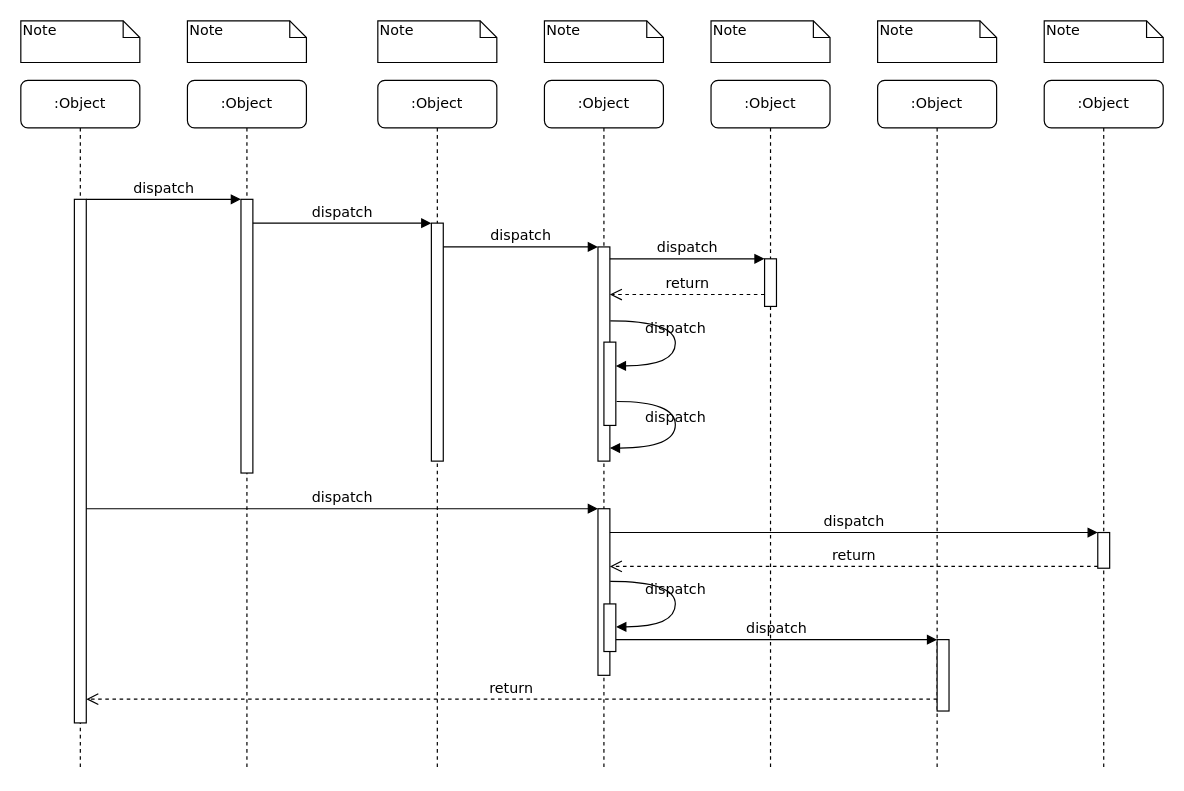
doshkor/Git_Github_exercise keeps this draw.io diagram as Git_ Exercise/제목 없는 다이어그램.drawio. Above is the earlier version. Source tidied: cells renumbered, new cells numbered last; positions are measured from the earlier drawing's top-left corner, leaving out a move shared by most shapes. Both pictures are drawn from the tidied source at 119%, with x=0, y=0 at pixel (20, 20).
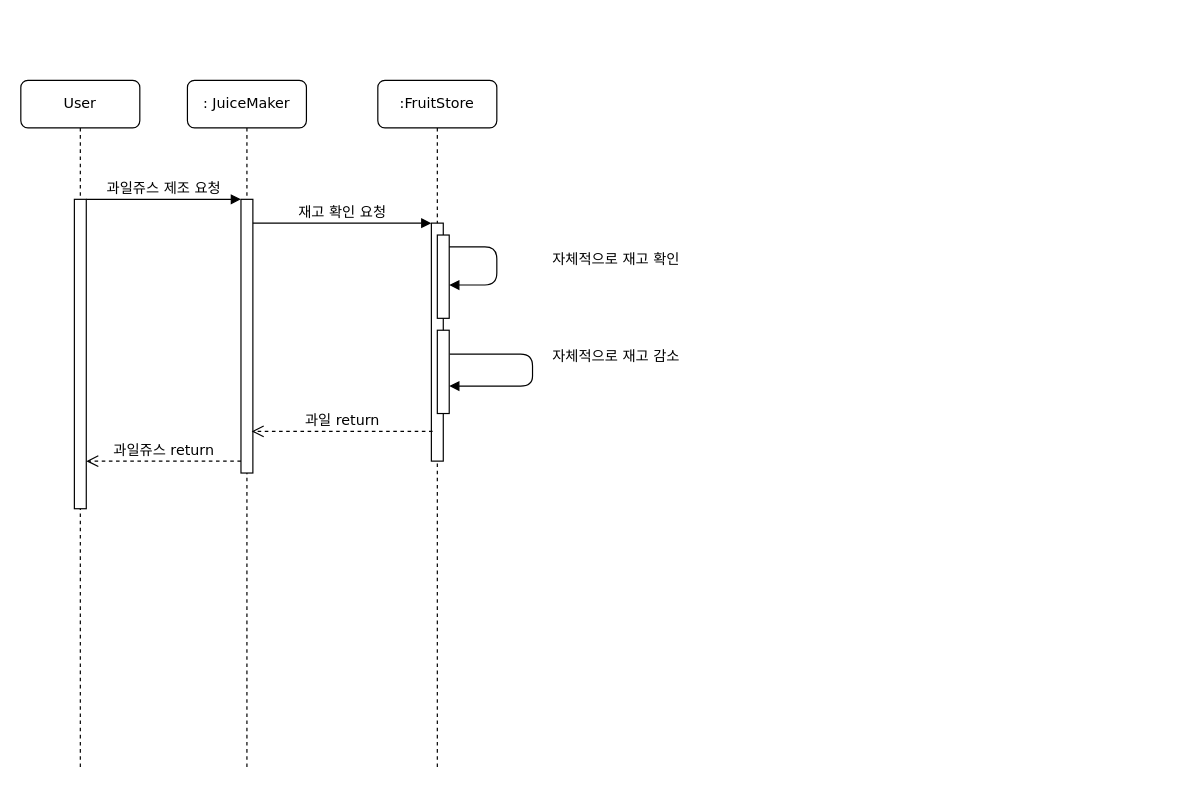
Above is the later version.

Commit message:
제목 없는 다이어그램.drawio 업데이트

Unchanged cells that the change refers to:
```xml
<mxCell id="3" style="html=1;points=[];perimeter=orthogonalPerimeter;rounded=0;shadow=0;comic=0;labelBackgroundColor=none;strokeWidth=1;fontFamily=Verdana;fontSize=12;align=center;" parent="2" vertex="1">
  <mxGeometry x="45" y="100" width="10" height="230" as="geometry" />
</mxCell>
<mxCell id="5" style="html=1;points=[];perimeter=orthogonalPerimeter;rounded=0;shadow=0;comic=0;labelBackgroundColor=none;strokeWidth=1;fontFamily=Verdana;fontSize=12;align=center;" parent="4" vertex="1">
  <mxGeometry x="45" y="120" width="10" height="200" as="geometry" />
</mxCell>
```

Change to the diagram source:
```diff
@@
-    <mxCell id="2" value=":Object" style="shape=umlLifeline;perimeter=lifelinePerimeter;whiteSpace=wrap;html=1;rounded=1;shadow=0;comic=0;labelBackgroundColor=none;strokeWidth=1;fontFamily=Verdana;fontSize=12;align=center;" parent="1" vertex="1">
+    <mxCell id="2" value=": JuiceMaker" style="shape=umlLifeline;perimeter=lifelinePerimeter;whiteSpace=wrap;html=1;rounded=1;shadow=0;comic=0;labelBackgroundColor=none;strokeWidth=1;fontFamily=Verdana;fontSize=12;align=center;" parent="1" vertex="1">
       <mxGeometry x="140" y="50" width="100" height="580" as="geometry" />
     </mxCell>
@@
-    <mxCell id="4" value=":Object" style="shape=umlLifeline;perimeter=lifelinePerimeter;whiteSpace=wrap;html=1;rounded=1;shadow=0;comic=0;labelBackgroundColor=none;strokeWidth=1;fontFamily=Verdana;fontSize=12;align=center;" parent="1" vertex="1">
+    <mxCell id="4" value=":FruitStore" style="shape=umlLifeline;perimeter=lifelinePerimeter;whiteSpace=wrap;html=1;rounded=1;shadow=0;comic=0;labelBackgroundColor=none;strokeWidth=1;fontFamily=Verdana;fontSize=12;align=center;" parent="1" vertex="1">
       <mxGeometry x="300" y="50" width="100" height="580" as="geometry" />
     </mxCell>
@@
-    <mxCell id="6" value=":Object" style="shape=umlLifeline;perimeter=lifelinePerimeter;whiteSpace=wrap;html=1;rounded=1;shadow=0;comic=0;labelBackgroundColor=none;strokeWidth=1;fontFamily=Verdana;fontSize=12;align=center;" parent="1" vertex="1">
-      <mxGeometry x="440" y="50" width="100" height="580" as="geometry" />
-    </mxCell>
-    <mxCell id="7" value=":Object" style="shape=umlLifeline;perimeter=lifelinePerimeter;whiteSpace=wrap;html=1;rounded=1;shadow=0;comic=0;labelBackgroundColor=none;strokeWidth=1;fontFamily=Verdana;fontSize=12;align=center;" parent="1" vertex="1">
-      <mxGeometry x="580" y="50" width="100" height="580" as="geometry" />
-    </mxCell>
-    <mxCell id="8" value=":Object" style="shape=umlLifeline;perimeter=lifelinePerimeter;whiteSpace=wrap;html=1;rounded=1;shadow=0;comic=0;labelBackgroundColor=none;strokeWidth=1;fontFamily=Verdana;fontSize=12;align=center;" parent="1" vertex="1">
-      <mxGeometry x="720" y="50" width="100" height="580" as="geometry" />
-    </mxCell>
-    <mxCell id="9" value=":Object" style="shape=umlLifeline;perimeter=lifelinePerimeter;whiteSpace=wrap;html=1;rounded=1;shadow=0;comic=0;labelBackgroundColor=none;strokeWidth=1;fontFamily=Verdana;fontSize=12;align=center;" parent="1" vertex="1">
-      <mxGeometry x="860" y="50" width="100" height="580" as="geometry" />
-    </mxCell>
+    <mxCell id="39" style="html=1;points=[];perimeter=orthogonalPerimeter;rounded=0;shadow=0;comic=0;labelBackgroundColor=none;strokeWidth=1;fontFamily=Verdana;fontSize=12;align=center;" parent="4" vertex="1">
+      <mxGeometry x="50" y="130" width="10" height="70" as="geometry" />
+    </mxCell>
+    <mxCell id="13" value="자체적으로 재고 확인" style="html=1;verticalAlign=bottom;endArrow=block;labelBackgroundColor=none;fontFamily=Verdana;fontSize=12;edgeStyle=elbowEdgeStyle;elbow=vertical;entryX=1;entryY=0.6;entryDx=0;entryDy=0;entryPerimeter=0;" parent="4" edge="1" source="39" target="39">
+      <mxGeometry x="0.07" y="100" relative="1" as="geometry">
+        <Array as="points">
+          <mxPoint x="100" y="140" />
+          <mxPoint x="60" y="140" />
+        </Array>
+      </mxGeometry>
+    </mxCell>
+    <mxCell id="40" style="html=1;points=[];perimeter=orthogonalPerimeter;rounded=0;shadow=0;comic=0;labelBackgroundColor=none;strokeWidth=1;fontFamily=Verdana;fontSize=12;align=center;" parent="4" vertex="1">
+      <mxGeometry x="50" y="210" width="10" height="70" as="geometry" />
+    </mxCell>
+    <mxCell id="41" value="자체적으로 재고 감소" style="html=1;verticalAlign=bottom;endArrow=block;labelBackgroundColor=none;fontFamily=Verdana;fontSize=12;edgeStyle=elbowEdgeStyle;elbow=vertical;entryX=1;entryY=0.671;entryDx=0;entryDy=0;entryPerimeter=0;exitX=1.05;exitY=0.286;exitDx=0;exitDy=0;exitPerimeter=0;" parent="4" edge="1" source="40" target="40">
+      <mxGeometry x="-0.04" y="70" relative="1" as="geometry">
+        <Array as="points">
+          <mxPoint x="130" y="250" />
+          <mxPoint x="70" y="150" />
+        </Array>
+      </mxGeometry>
+    </mxCell>
-    <mxCell id="10" value=":Object" style="shape=umlLifeline;perimeter=lifelinePerimeter;whiteSpace=wrap;html=1;rounded=1;shadow=0;comic=0;labelBackgroundColor=none;strokeWidth=1;fontFamily=Verdana;fontSize=12;align=center;" parent="1" vertex="1">
+    <mxCell id="10" value="User" style="shape=umlLifeline;perimeter=lifelinePerimeter;whiteSpace=wrap;html=1;rounded=1;shadow=0;comic=0;labelBackgroundColor=none;strokeWidth=1;fontFamily=Verdana;fontSize=12;align=center;" parent="1" vertex="1">
       <mxGeometry y="50" width="100" height="580" as="geometry" />
     </mxCell>
     <mxCell id="11" style="html=1;points=[];perimeter=orthogonalPerimeter;rounded=0;shadow=0;comic=0;labelBackgroundColor=none;strokeWidth=1;fontFamily=Verdana;fontSize=12;align=center;" parent="10" vertex="1">
-      <mxGeometry x="45" y="100" width="10" height="440" as="geometry" />
+      <mxGeometry x="45" y="100" width="10" height="260" as="geometry" />
     </mxCell>
-    <mxCell id="12" style="html=1;points=[];perimeter=orthogonalPerimeter;rounded=0;shadow=0;comic=0;labelBackgroundColor=none;strokeWidth=1;fontFamily=Verdana;fontSize=12;align=center;" parent="1" vertex="1">
-      <mxGeometry x="485" y="190" width="10" height="180" as="geometry" />
-    </mxCell>
-    <mxCell id="13" value="dispatch" style="html=1;verticalAlign=bottom;endArrow=block;labelBackgroundColor=none;fontFamily=Verdana;fontSize=12;edgeStyle=elbowEdgeStyle;elbow=vertical;" parent="1" edge="1" source="5" target="12">
-      <mxGeometry relative="1" as="geometry">
-        <Array as="points">
-          <mxPoint x="360" y="190" />
-        </Array>
-      </mxGeometry>
-    </mxCell>
-    <mxCell id="14" style="html=1;points=[];perimeter=orthogonalPerimeter;rounded=0;shadow=0;comic=0;labelBackgroundColor=none;strokeWidth=1;fontFamily=Verdana;fontSize=12;align=center;" parent="1" vertex="1">
-      <mxGeometry x="625" y="200" width="10" height="40" as="geometry" />
-    </mxCell>
-    <mxCell id="15" value="dispatch" style="html=1;verticalAlign=bottom;endArrow=block;entryX=0;entryY=0;labelBackgroundColor=none;fontFamily=Verdana;fontSize=12;edgeStyle=elbowEdgeStyle;elbow=vertical;" parent="1" edge="1" source="12" target="14">
-      <mxGeometry relative="1" as="geometry" />
-    </mxCell>
-    <mxCell id="16" value="return" style="html=1;verticalAlign=bottom;endArrow=open;dashed=1;endSize=8;labelBackgroundColor=none;fontFamily=Verdana;fontSize=12;edgeStyle=elbowEdgeStyle;elbow=vertical;" parent="1" edge="1" source="14" target="12">
-      <mxGeometry relative="1" as="geometry">
-        <Array as="points">
-          <mxPoint x="570" y="230" />
-          <mxPoint x="600" y="230" />
-        </Array>
-      </mxGeometry>
-    </mxCell>
-    <mxCell id="17" style="html=1;points=[];perimeter=orthogonalPerimeter;rounded=0;shadow=0;comic=0;labelBackgroundColor=none;strokeWidth=1;fontFamily=Verdana;fontSize=12;align=center;" parent="1" vertex="1">
-      <mxGeometry x="485" y="410" width="10" height="140" as="geometry" />
-    </mxCell>
-    <mxCell id="18" value="dispatch" style="html=1;verticalAlign=bottom;endArrow=block;entryX=0;entryY=0;labelBackgroundColor=none;fontFamily=Verdana;fontSize=12;" parent="1" edge="1" source="11" target="17">
-      <mxGeometry relative="1" as="geometry" />
-    </mxCell>
-    <mxCell id="19" style="html=1;points=[];perimeter=orthogonalPerimeter;rounded=0;shadow=0;comic=0;labelBackgroundColor=none;strokeColor=#000000;strokeWidth=1;fillColor=#FFFFFF;fontFamily=Verdana;fontSize=12;fontColor=#000000;align=center;" parent="1" vertex="1">
-      <mxGeometry x="905" y="430" width="10" height="30" as="geometry" />
-    </mxCell>
-    <mxCell id="20" value="dispatch" style="html=1;verticalAlign=bottom;endArrow=block;entryX=0;entryY=0;labelBackgroundColor=none;fontFamily=Verdana;fontSize=12;" parent="1" edge="1" source="17" target="19">
-      <mxGeometry relative="1" as="geometry" />
-    </mxCell>
-    <mxCell id="21" value="return" style="html=1;verticalAlign=bottom;endArrow=open;dashed=1;endSize=8;exitX=0;exitY=0.95;labelBackgroundColor=none;fontFamily=Verdana;fontSize=12;" parent="1" edge="1" source="19" target="17">
-      <mxGeometry relative="1" as="geometry" />
-    </mxCell>
-    <mxCell id="22" style="html=1;points=[];perimeter=orthogonalPerimeter;rounded=0;shadow=0;comic=0;labelBackgroundColor=none;strokeWidth=1;fontFamily=Verdana;fontSize=12;align=center;" parent="1" vertex="1">
-      <mxGeometry x="770" y="520" width="10" height="60" as="geometry" />
-    </mxCell>
-    <mxCell id="23" value="dispatch" style="html=1;verticalAlign=bottom;endArrow=block;entryX=0;entryY=0;labelBackgroundColor=none;fontFamily=Verdana;fontSize=12;edgeStyle=elbowEdgeStyle;elbow=vertical;" parent="1" edge="1" source="30" target="22">
-      <mxGeometry relative="1" as="geometry" />
-    </mxCell>
-    <mxCell id="24" value="return" style="html=1;verticalAlign=bottom;endArrow=open;dashed=1;endSize=8;labelBackgroundColor=none;fontFamily=Verdana;fontSize=12;edgeStyle=elbowEdgeStyle;elbow=vertical;" parent="1" edge="1" source="22" target="11">
-      <mxGeometry relative="1" as="geometry">
-        <Array as="points">
-          <mxPoint x="470" y="570" />
-        </Array>
-      </mxGeometry>
-    </mxCell>
-    <mxCell id="25" value="dispatch" style="html=1;verticalAlign=bottom;endArrow=block;entryX=0;entryY=0;labelBackgroundColor=none;fontFamily=Verdana;fontSize=12;edgeStyle=elbowEdgeStyle;elbow=vertical;" parent="1" edge="1" source="11" target="3">
+    <mxCell id="25" value="과일쥬스 제조 요청" style="html=1;verticalAlign=bottom;endArrow=block;entryX=0;entryY=0;labelBackgroundColor=none;fontFamily=Verdana;fontSize=12;edgeStyle=elbowEdgeStyle;elbow=vertical;" parent="1" edge="1" source="11" target="3">
       <mxGeometry relative="1" as="geometry" />
     </mxCell>
-    <mxCell id="26" value="dispatch" style="html=1;verticalAlign=bottom;endArrow=block;entryX=0;entryY=0;labelBackgroundColor=none;fontFamily=Verdana;fontSize=12;edgeStyle=elbowEdgeStyle;elbow=vertical;" parent="1" edge="1" source="3" target="5">
+    <mxCell id="26" value="재고 확인 요청" style="html=1;verticalAlign=bottom;endArrow=block;entryX=0;entryY=0;labelBackgroundColor=none;fontFamily=Verdana;fontSize=12;edgeStyle=elbowEdgeStyle;elbow=vertical;" parent="1" edge="1" source="3" target="5">
       <mxGeometry relative="1" as="geometry" />
     </mxCell>
-    <mxCell id="27" style="html=1;points=[];perimeter=orthogonalPerimeter;rounded=0;shadow=0;comic=0;labelBackgroundColor=none;strokeWidth=1;fontFamily=Verdana;fontSize=12;align=center;" parent="1" vertex="1">
-      <mxGeometry x="490" y="270" width="10" height="70" as="geometry" />
-    </mxCell>
-    <mxCell id="28" value="dispatch" style="html=1;verticalAlign=bottom;endArrow=block;labelBackgroundColor=none;fontFamily=Verdana;fontSize=12;elbow=vertical;edgeStyle=orthogonalEdgeStyle;curved=1;entryX=1;entryY=0.286;entryPerimeter=0;exitX=1.038;exitY=0.345;exitPerimeter=0;" parent="1" edge="1" source="12" target="27">
-      <mxGeometry relative="1" as="geometry">
-        <Array as="points">
-          <mxPoint x="550" y="252" />
-          <mxPoint x="550" y="290" />
-        </Array>
-      </mxGeometry>
-    </mxCell>
-    <mxCell id="29" value="dispatch" style="html=1;verticalAlign=bottom;endArrow=block;labelBackgroundColor=none;fontFamily=Verdana;fontSize=12;elbow=vertical;edgeStyle=orthogonalEdgeStyle;curved=1;exitX=1.066;exitY=0.713;exitPerimeter=0;" parent="1" edge="1" source="27">
-      <mxGeometry relative="1" as="geometry">
-        <mxPoint x="495" y="359" as="targetPoint" />
-        <Array as="points">
-          <mxPoint x="550" y="320" />
-          <mxPoint x="550" y="359" />
-        </Array>
-      </mxGeometry>
-    </mxCell>
-    <mxCell id="30" style="html=1;points=[];perimeter=orthogonalPerimeter;rounded=0;shadow=0;comic=0;labelBackgroundColor=none;strokeWidth=1;fontFamily=Verdana;fontSize=12;align=center;" parent="1" vertex="1">
-      <mxGeometry x="490" y="490" width="10" height="40" as="geometry" />
-    </mxCell>
-    <mxCell id="31" value="dispatch" style="html=1;verticalAlign=bottom;endArrow=block;labelBackgroundColor=none;fontFamily=Verdana;fontSize=12;elbow=vertical;edgeStyle=orthogonalEdgeStyle;curved=1;entryX=1;entryY=0.286;entryPerimeter=0;exitX=1.038;exitY=0.345;exitPerimeter=0;" parent="1" edge="1">
-      <mxGeometry relative="1" as="geometry">
-        <mxPoint x="495.3" y="471" as="sourcePoint" />
-        <mxPoint x="500.3" y="509.3" as="targetPoint" />
-        <Array as="points">
-          <mxPoint x="550" y="471" />
-          <mxPoint x="550" y="509" />
-        </Array>
-      </mxGeometry>
-    </mxCell>
-    <mxCell id="32" value="Note" style="shape=note;whiteSpace=wrap;html=1;size=14;verticalAlign=top;align=left;spacingTop=-6;rounded=0;shadow=0;comic=0;labelBackgroundColor=none;strokeWidth=1;fontFamily=Verdana;fontSize=12;" parent="1" vertex="1">
-      <mxGeometry width="100" height="35" as="geometry" />
-    </mxCell>
-    <mxCell id="33" value="Note" style="shape=note;whiteSpace=wrap;html=1;size=14;verticalAlign=top;align=left;spacingTop=-6;rounded=0;shadow=0;comic=0;labelBackgroundColor=none;strokeWidth=1;fontFamily=Verdana;fontSize=12;" parent="1" vertex="1">
-      <mxGeometry x="140" width="100" height="35" as="geometry" />
-    </mxCell>
-    <mxCell id="34" value="Note" style="shape=note;whiteSpace=wrap;html=1;size=14;verticalAlign=top;align=left;spacingTop=-6;rounded=0;shadow=0;comic=0;labelBackgroundColor=none;strokeWidth=1;fontFamily=Verdana;fontSize=12;" parent="1" vertex="1">
-      <mxGeometry x="300" width="100" height="35" as="geometry" />
-    </mxCell>
-    <mxCell id="35" value="Note" style="shape=note;whiteSpace=wrap;html=1;size=14;verticalAlign=top;align=left;spacingTop=-6;rounded=0;shadow=0;comic=0;labelBackgroundColor=none;strokeWidth=1;fontFamily=Verdana;fontSize=12;" parent="1" vertex="1">
-      <mxGeometry x="440" width="100" height="35" as="geometry" />
-    </mxCell>
-    <mxCell id="36" value="Note" style="shape=note;whiteSpace=wrap;html=1;size=14;verticalAlign=top;align=left;spacingTop=-6;rounded=0;shadow=0;comic=0;labelBackgroundColor=none;strokeWidth=1;fontFamily=Verdana;fontSize=12;" parent="1" vertex="1">
-      <mxGeometry x="580" width="100" height="35" as="geometry" />
-    </mxCell>
-    <mxCell id="37" value="Note" style="shape=note;whiteSpace=wrap;html=1;size=14;verticalAlign=top;align=left;spacingTop=-6;rounded=0;shadow=0;comic=0;labelBackgroundColor=none;strokeWidth=1;fontFamily=Verdana;fontSize=12;" parent="1" vertex="1">
-      <mxGeometry x="720" width="100" height="35" as="geometry" />
-    </mxCell>
-    <mxCell id="38" value="Note" style="shape=note;whiteSpace=wrap;html=1;size=14;verticalAlign=top;align=left;spacingTop=-6;rounded=0;shadow=0;comic=0;labelBackgroundColor=none;strokeWidth=1;fontFamily=Verdana;fontSize=12;" parent="1" vertex="1">
-      <mxGeometry x="860" width="100" height="35" as="geometry" />
-    </mxCell>
+    <mxCell id="42" value="과일 return" style="html=1;verticalAlign=bottom;endArrow=open;dashed=1;endSize=8;exitX=0.1;exitY=0.875;labelBackgroundColor=none;fontFamily=Verdana;fontSize=12;entryX=0.9;entryY=0.848;entryDx=0;entryDy=0;entryPerimeter=0;exitDx=0;exitDy=0;exitPerimeter=0;" parent="1" edge="1" source="5" target="3">
+      <mxGeometry relative="1" as="geometry" />
+    </mxCell>
+    <mxCell id="43" value="과일쥬스 return" style="html=1;verticalAlign=bottom;endArrow=open;dashed=1;endSize=8;labelBackgroundColor=none;fontFamily=Verdana;fontSize=12;" parent="1" edge="1" source="3" target="11">
+      <mxGeometry relative="1" as="geometry">
+        <Array as="points">
+          <mxPoint x="140" y="370" />
+        </Array>
+      </mxGeometry>
+    </mxCell>
```
